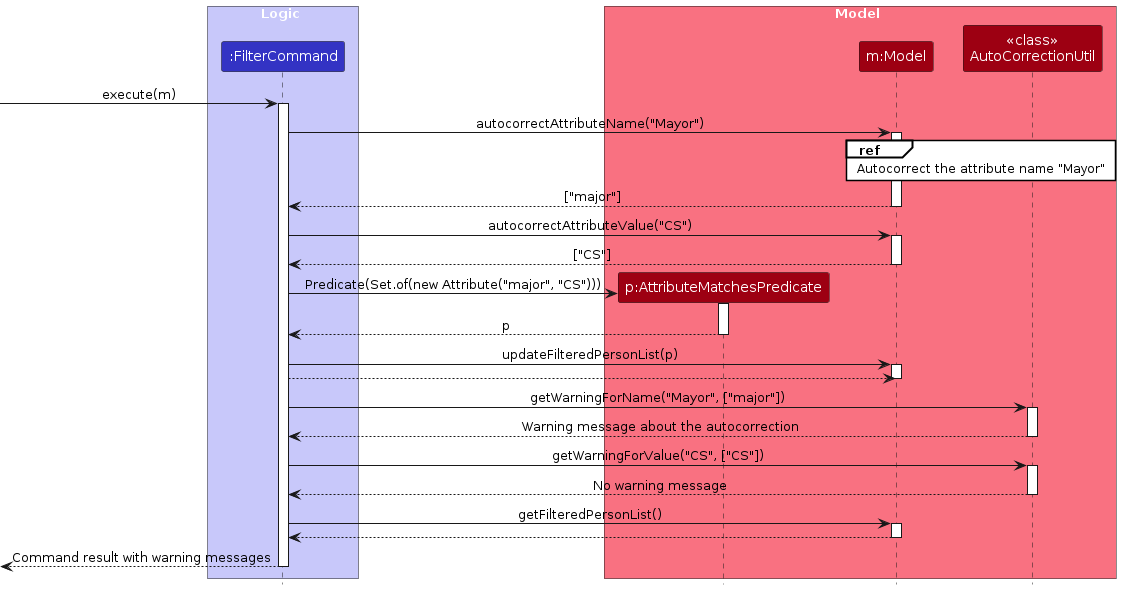
AY2425S2-CS2103T-T10-1/tp keeps this PlantUML diagram as diagrams/FilterSequenceDiagram.png. Above is the earlier version. Its source is kept beside it as diagrams/FilterSequenceDiagram.puml.
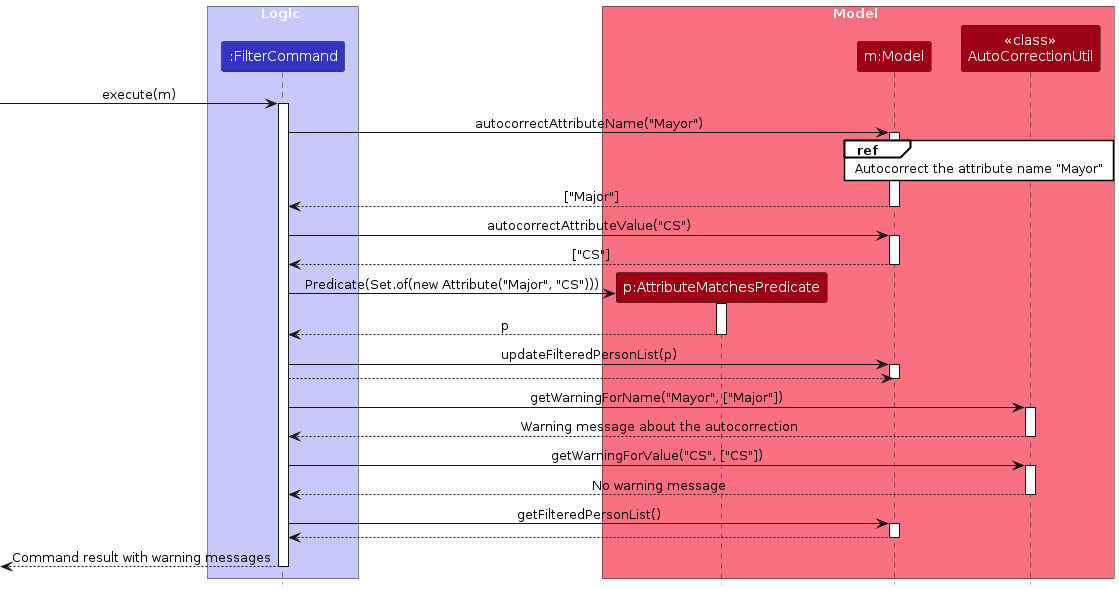
Above is the later version.

Diff of the diagram source:
```diff
@@ -21,7 +21,7 @@
 
 ref#white over Model, Util : Autocorrect the attribute name "Mayor"
 
-FilterCommand <-- Model : ["major"]
+FilterCommand <-- Model : ["Major"]
 deactivate Model
 
 FilterCommand -> Model : autocorrectAttributeValue("CS")
@@ -31,7 +31,7 @@
 deactivate Model
 
 create Predicate
-FilterCommand -> Predicate : Predicate(Set.of(new Attribute("major", "CS")))
+FilterCommand -> Predicate : Predicate(Set.of(new Attribute("Major", "CS")))
 activate Predicate
 
 FilterCommand <-- Predicate : p
@@ -43,7 +43,7 @@
 Model <-- FilterCommand
 deactivate Model
 
-FilterCommand -> Util : getWarningForName("Mayor", ["major"])
+FilterCommand -> Util : getWarningForName("Mayor", ["Major"])
 activate Util
 
 FilterCommand <-- Util : Warning message about the autocorrection
```
